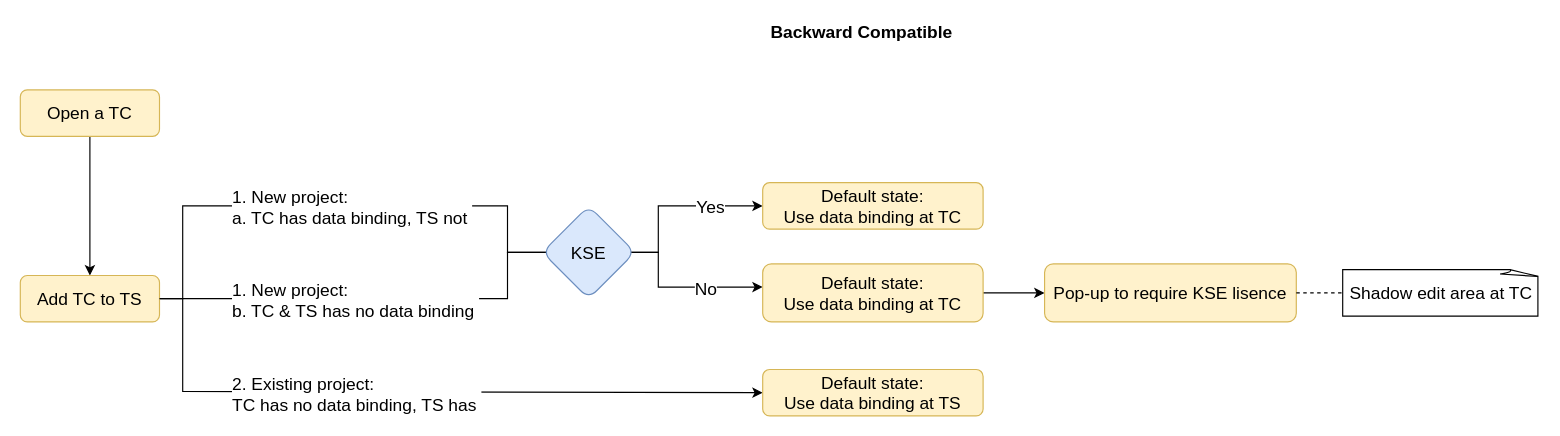
The draw.io diagram page "backward-compatible" (2 of 2) of Untitled Diagram.drawio in nhpthuy/chart, before the edit. Source tidied: cells renumbered, new cells numbered last; positions are measured from the earlier drawing's top-left corner, leaving out a move shared by most shapes. Both pictures are drawn from the tidied source at 116%, with x=0, y=0 at pixel (20, 20).
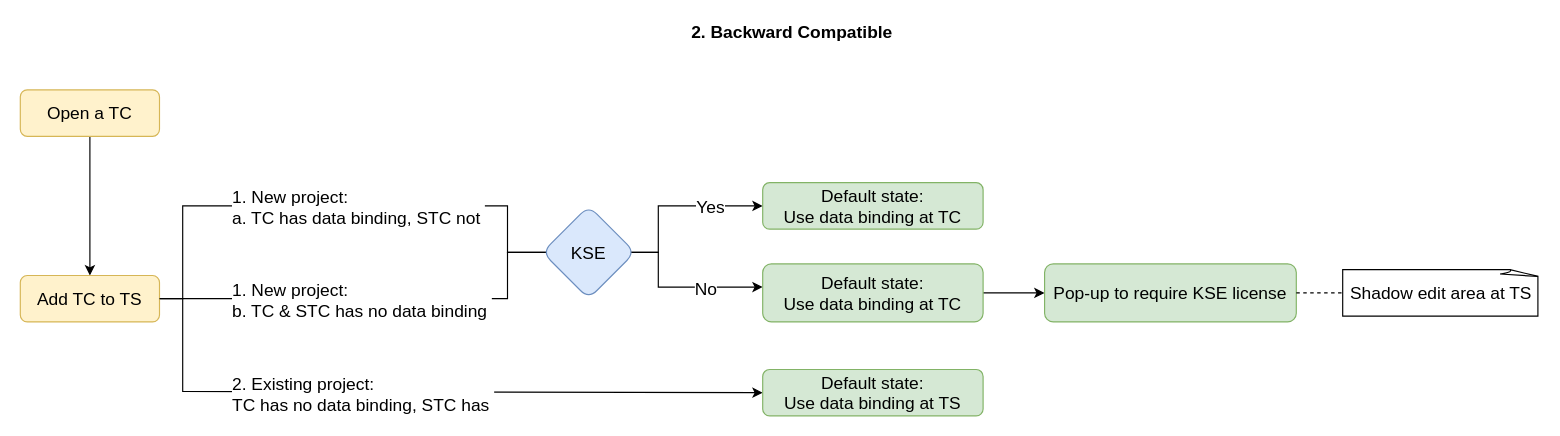
After the change.

What changed in the source:
```diff
@@
-    <mxCell id="2" value="&lt;font style=&quot;font-size: 15px&quot;&gt;Backward Compatible&lt;/font&gt;" style="text;html=1;align=center;verticalAlign=middle;strokeColor=none;fillColor=none;fontStyle=1;fontSize=15;" parent="1" vertex="1">
-      <mxGeometry x="640" width="170" height="20" as="geometry" />
+    <mxCell id="2" value="&lt;font style=&quot;font-size: 15px&quot;&gt;2. Backward Compatible&lt;/font&gt;" style="text;html=1;align=center;verticalAlign=middle;strokeColor=none;fillColor=none;fontStyle=1;fontSize=15;" parent="1" vertex="1">
+      <mxGeometry x="570" width="190" height="20" as="geometry" />
     </mxCell>
@@
-    <mxCell id="7" value="1. New project:&lt;br&gt;a. TC has data binding, TS not&amp;nbsp;" style="edgeLabel;html=1;align=left;verticalAlign=middle;fontSize=15;" parent="1" vertex="1">
+    <mxCell id="7" value="1. New project:&lt;br&gt;a. TC has data binding, STC not&amp;nbsp;" style="edgeLabel;html=1;align=left;verticalAlign=middle;fontSize=15;" parent="1" vertex="1">
       <mxGeometry x="181" y="160" as="geometry" />
     </mxCell>
@@
-    <mxCell id="9" value="Default state: &lt;br&gt;Use data binding at TS" style="rounded=1;whiteSpace=wrap;html=1;fontSize=15;glass=0;strokeWidth=1;shadow=0;fillColor=#fff2cc;strokeColor=#d6b656;" parent="1" vertex="1">
+    <mxCell id="9" value="Default state: &lt;br&gt;Use data binding at TS" style="rounded=1;whiteSpace=wrap;html=1;fontSize=15;glass=0;strokeWidth=1;shadow=0;fillColor=#d5e8d4;strokeColor=#82b366;" parent="1" vertex="1">
       <mxGeometry x="640" y="301" width="190" height="40" as="geometry" />
     </mxCell>
-    <mxCell id="10" value="2. Existing project:&lt;br&gt;TC has no data binding, TS has&amp;nbsp;" style="edgeLabel;html=1;align=left;verticalAlign=middle;fontSize=15;" parent="1" vertex="1">
+    <mxCell id="10" value="2. Existing project:&lt;br&gt;TC has no data binding, STC has&amp;nbsp;" style="edgeLabel;html=1;align=left;verticalAlign=middle;fontSize=15;" parent="1" vertex="1">
       <mxGeometry x="181" y="321" as="geometry" />
     </mxCell>
@@
-    <mxCell id="15" value="Default state: &lt;br&gt;Use data binding at TC" style="rounded=1;whiteSpace=wrap;html=1;fontSize=15;glass=0;strokeWidth=1;shadow=0;fillColor=#fff2cc;strokeColor=#d6b656;" parent="1" vertex="1">
+    <mxCell id="15" value="Default state: &lt;br&gt;Use data binding at TC" style="rounded=1;whiteSpace=wrap;html=1;fontSize=15;glass=0;strokeWidth=1;shadow=0;fillColor=#d5e8d4;strokeColor=#82b366;" parent="1" vertex="1">
       <mxGeometry x="640" y="140" width="190" height="40" as="geometry" />
     </mxCell>
@@
-    <mxCell id="17" value="Default state: &lt;br&gt;Use data binding at TC" style="rounded=1;whiteSpace=wrap;html=1;fontSize=15;glass=0;strokeWidth=1;shadow=0;fillColor=#fff2cc;strokeColor=#d6b656;" parent="1" vertex="1">
+    <mxCell id="17" value="Default state: &lt;br&gt;Use data binding at TC" style="rounded=1;whiteSpace=wrap;html=1;fontSize=15;glass=0;strokeWidth=1;shadow=0;fillColor=#d5e8d4;strokeColor=#82b366;" parent="1" vertex="1">
       <mxGeometry x="640" y="210" width="190" height="50" as="geometry" />
     </mxCell>
-    <mxCell id="18" value="Pop-up to require KSE lisence" style="rounded=1;whiteSpace=wrap;html=1;fontSize=15;glass=0;strokeWidth=1;shadow=0;fillColor=#fff2cc;strokeColor=#d6b656;" parent="1" vertex="1">
+    <mxCell id="18" value="Pop-up to require KSE license" style="rounded=1;whiteSpace=wrap;html=1;fontSize=15;glass=0;strokeWidth=1;shadow=0;fillColor=#d5e8d4;strokeColor=#82b366;" parent="1" vertex="1">
       <mxGeometry x="883" y="210" width="217" height="50" as="geometry" />
     </mxCell>
-    <mxCell id="19" value="Shadow edit area at TC" style="whiteSpace=wrap;html=1;shape=mxgraph.basic.document;fontSize=15;" parent="1" vertex="1">
+    <mxCell id="19" value="Shadow edit area at TS" style="whiteSpace=wrap;html=1;shape=mxgraph.basic.document;fontSize=15;" parent="1" vertex="1">
       <mxGeometry x="1140" y="215" width="170" height="40" as="geometry" />
     </mxCell>
@@
-    <mxCell id="23" value="1. New project:&lt;br&gt;b. TC &amp;amp; TS has no data binding&amp;nbsp;" style="edgeLabel;html=1;align=left;verticalAlign=middle;fontSize=15;" parent="1" vertex="1">
+    <mxCell id="23" value="1. New project:&lt;br&gt;b. TC &amp;amp; STC has no data binding&amp;nbsp;" style="edgeLabel;html=1;align=left;verticalAlign=middle;fontSize=15;" parent="1" vertex="1">
       <mxGeometry x="181" y="240" as="geometry" />
     </mxCell>
```
